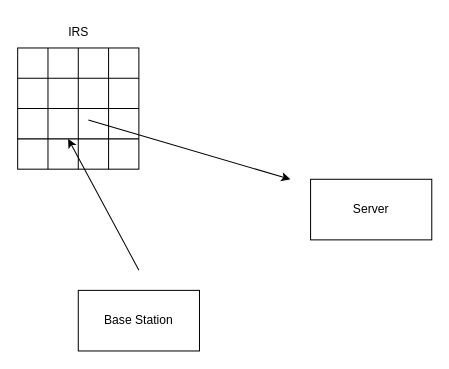
Before: SPR-CNN/IRS.drawio in OuO333333/CNN4CE, a draw.io diagram. Source tidied: cells renumbered, new cells numbered last; positions are measured from the earlier drawing's top-left corner, leaving out a move shared by most shapes. Both pictures are drawn from the tidied source at 101%, with x=0, y=0 at pixel (17, 17).
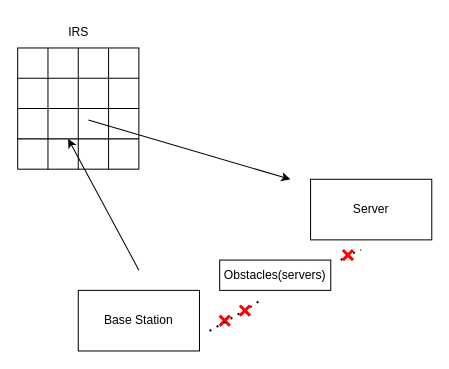
Above is the later version.

What changed in the source:
```diff
@@
+    <mxCell id="12" value="Obstacles(servers)" style="rounded=0;whiteSpace=wrap;html=1;" parent="1" vertex="1">
+      <mxGeometry x="200" y="240" width="110" height="30" as="geometry" />
+    </mxCell>
+    <mxCell id="13" style="endArrow=none;dashed=1;html=1;dashPattern=1 3;strokeWidth=2;rounded=0;" parent="1" edge="1" source="17">
+      <mxGeometry relative="1" as="geometry">
+        <mxPoint x="240" y="280" as="targetPoint" />
+      </mxGeometry>
+    </mxCell>
+    <mxCell id="14" style="endArrow=none;dashed=1;html=1;dashPattern=1 3;strokeWidth=2;rounded=0;" parent="1" edge="1" source="19">
+      <mxGeometry relative="1" as="geometry">
+        <mxPoint x="340" y="230" as="targetPoint" />
+      </mxGeometry>
+    </mxCell>
+    <mxCell id="15" style="shape=umlDestroy;whiteSpace=wrap;html=1;strokeWidth=3;targetShapes=umlLifeline;strokeColor=#ff0000;" parent="1" vertex="1">
+      <mxGeometry x="200" y="295" width="10" height="10" as="geometry" />
+    </mxCell>
+    <mxCell id="16" style="endArrow=none;dashed=1;html=1;dashPattern=1 3;strokeWidth=2;rounded=0;" parent="1" edge="1" target="17">
+      <mxGeometry relative="1" as="geometry">
+        <mxPoint x="190" y="310" as="sourcePoint" />
+      </mxGeometry>
+    </mxCell>
+    <mxCell id="17" style="shape=umlDestroy;whiteSpace=wrap;html=1;strokeWidth=3;targetShapes=umlLifeline;strokeColor=#ff0000;" parent="1" vertex="1">
+      <mxGeometry x="220" y="285" width="10" height="10" as="geometry" />
+    </mxCell>
+    <mxCell id="18" style="endArrow=none;dashed=1;html=1;dashPattern=1 3;strokeWidth=2;rounded=0;" parent="1" edge="1" target="19">
+      <mxGeometry relative="1" as="geometry">
+        <mxPoint x="320" y="240" as="sourcePoint" />
+      </mxGeometry>
+    </mxCell>
+    <mxCell id="19" style="shape=umlDestroy;whiteSpace=wrap;html=1;strokeWidth=3;targetShapes=umlLifeline;strokeColor=#ff0000;" parent="1" vertex="1">
+      <mxGeometry x="322" y="230" width="10" height="10" as="geometry" />
+    </mxCell>
```
